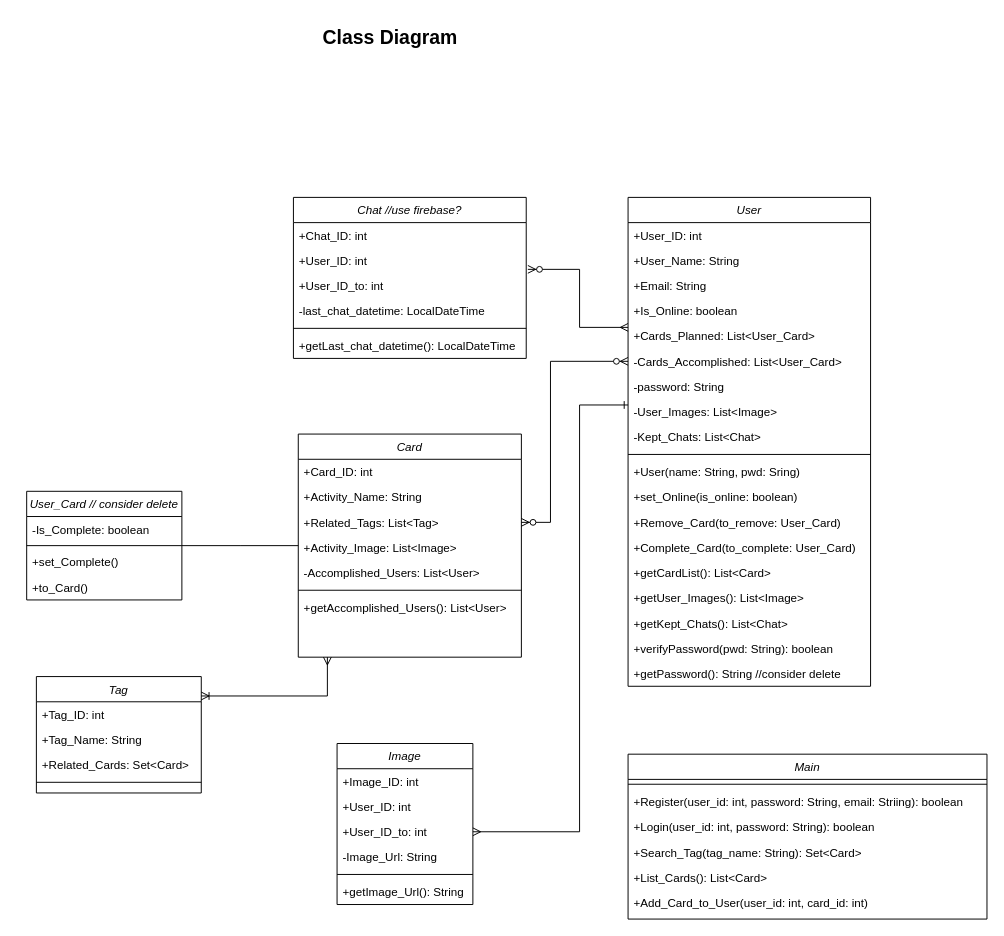
Earlier version of the draw.io diagram page "Class Diagram" (1 of 5) of Class_Diagram.drawio (Enji-shaking/Virtual-Mate). Source tidied: cells renumbered, new cells numbered last; positions are measured from the earlier drawing's top-left corner, leaving out a move shared by most shapes. Both pictures are drawn from the tidied source at 97%, with x=0, y=0 at pixel (26, 16).
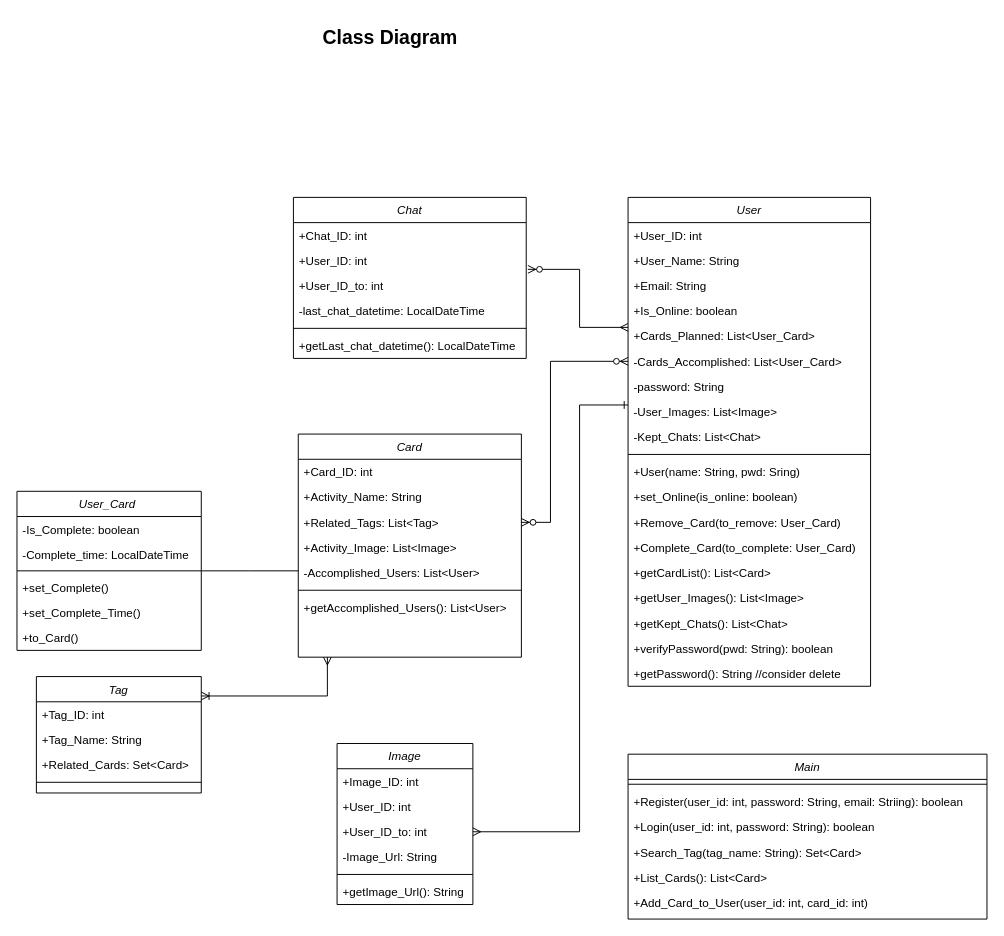
After the change.

Diff of the diagram source:
```diff
@@
-    <mxCell id="10" value="User_Card // consider delete" style="swimlane;fontStyle=2;align=center;verticalAlign=top;horizontal=1;startSize=26;rounded=0;shadow=0;strokeWidth=1;" parent="1" vertex="1">
-      <mxGeometry y="489" width="160" height="112" as="geometry" />
+    <mxCell id="10" value="User_Card " style="swimlane;fontStyle=2;align=center;verticalAlign=top;horizontal=1;startSize=26;rounded=0;shadow=0;strokeWidth=1;" parent="1" vertex="1">
+      <mxGeometry x="-10" y="489" width="190" height="164" as="geometry" />
     </mxCell>
     <mxCell id="11" value="-Is_Complete: boolean" style="text;align=left;verticalAlign=top;spacingLeft=4;spacingRight=4;overflow=hidden;" parent="10" vertex="1">
-      <mxGeometry y="26" width="160" height="26" as="geometry" />
+      <mxGeometry y="26" width="190" height="26" as="geometry" />
     </mxCell>
+    <mxCell id="67" value="-Complete_time: LocalDateTime" style="text;align=left;verticalAlign=top;spacingLeft=4;spacingRight=4;overflow=hidden;" parent="10" vertex="1">
+      <mxGeometry y="52" width="190" height="26" as="geometry" />
+    </mxCell>
     <mxCell id="12" style="line;html=1;strokeWidth=1;align=left;verticalAlign=middle;spacingTop=-1;spacingLeft=3;spacingRight=3;labelPosition=right;" parent="10" vertex="1">
-      <mxGeometry y="52" width="160" height="8" as="geometry" />
+      <mxGeometry y="78" width="190" height="8" as="geometry" />
     </mxCell>
     <mxCell id="13" value="+set_Complete()" style="text;align=left;verticalAlign=top;spacingLeft=4;spacingRight=4;overflow=hidden;" parent="10" vertex="1">
-      <mxGeometry y="60" width="160" height="26" as="geometry" />
+      <mxGeometry y="86" width="190" height="26" as="geometry" />
     </mxCell>
+    <mxCell id="68" value="+set_Complete_Time()" style="text;align=left;verticalAlign=top;spacingLeft=4;spacingRight=4;overflow=hidden;" parent="10" vertex="1">
+      <mxGeometry y="112" width="190" height="26" as="geometry" />
+    </mxCell>
     <mxCell id="14" value="+to_Card()" style="text;align=left;verticalAlign=top;spacingLeft=4;spacingRight=4;overflow=hidden;" parent="10" vertex="1">
-      <mxGeometry y="86" width="160" height="26" as="geometry" />
+      <mxGeometry y="138" width="190" height="26" as="geometry" />
     </mxCell>
@@
-    <mxCell id="16" value="Chat //use firebase?" style="swimlane;fontStyle=2;align=center;verticalAlign=top;horizontal=1;startSize=26;rounded=0;shadow=0;strokeWidth=1;" parent="1" vertex="1">
+    <mxCell id="16" value="Chat" style="swimlane;fontStyle=2;align=center;verticalAlign=top;horizontal=1;startSize=26;rounded=0;shadow=0;strokeWidth=1;" parent="1" vertex="1">
       <mxGeometry x="275" y="186" width="240" height="166" as="geometry" />
     </mxCell>
```
